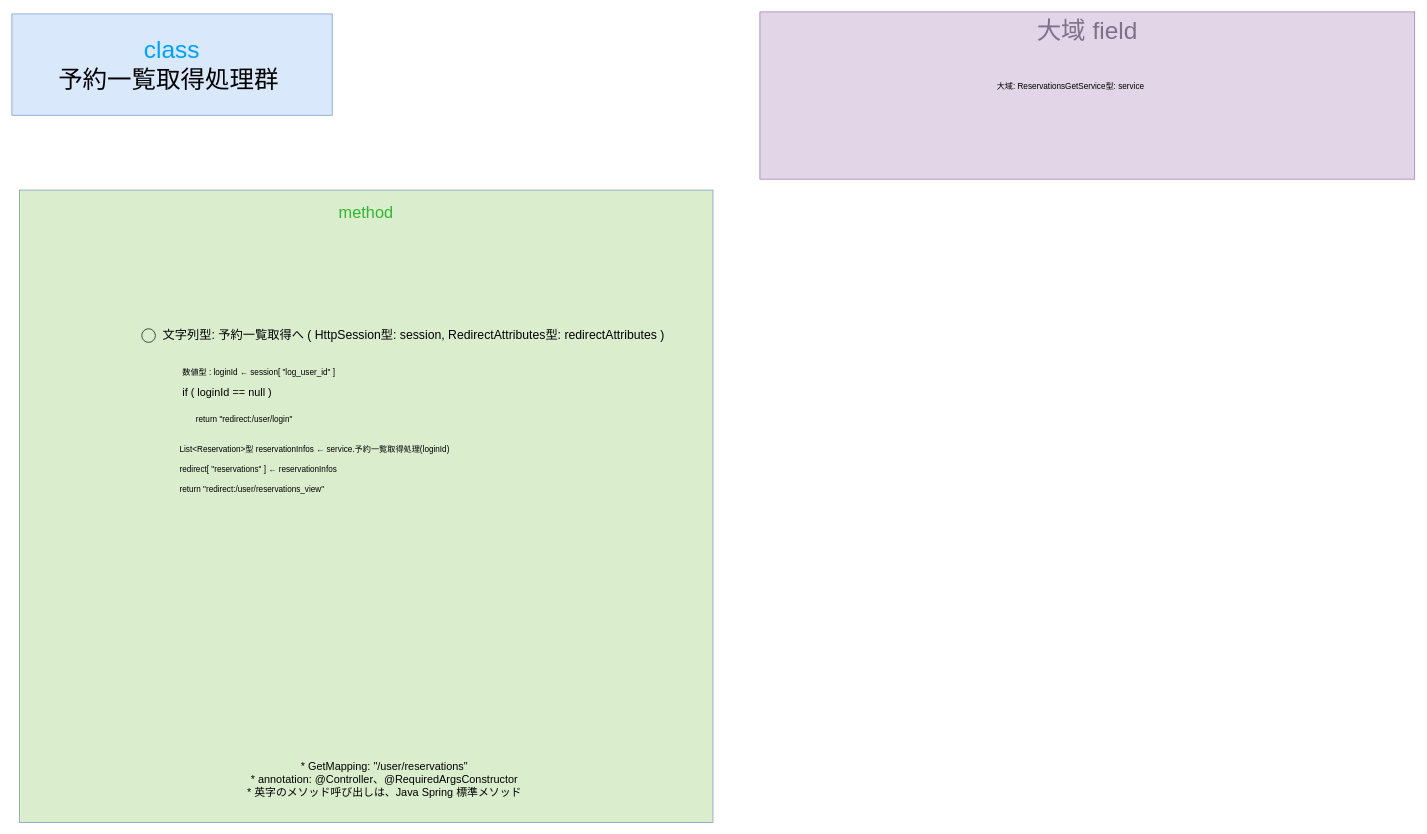
The draw.io diagram gijigengo/controller/user/meeting_reservation_sys controller_user ReservationsGetControllerクラス 疑似言語.drawio in tro319/meeting_reservation_system, before the edit. Source tidied: cells renumbered, new cells numbered last; positions are measured from the earlier drawing's top-left corner, leaving out a move shared by most shapes. Both pictures are drawn from the tidied source at 68%, with x=0, y=0 at pixel (12, 12).
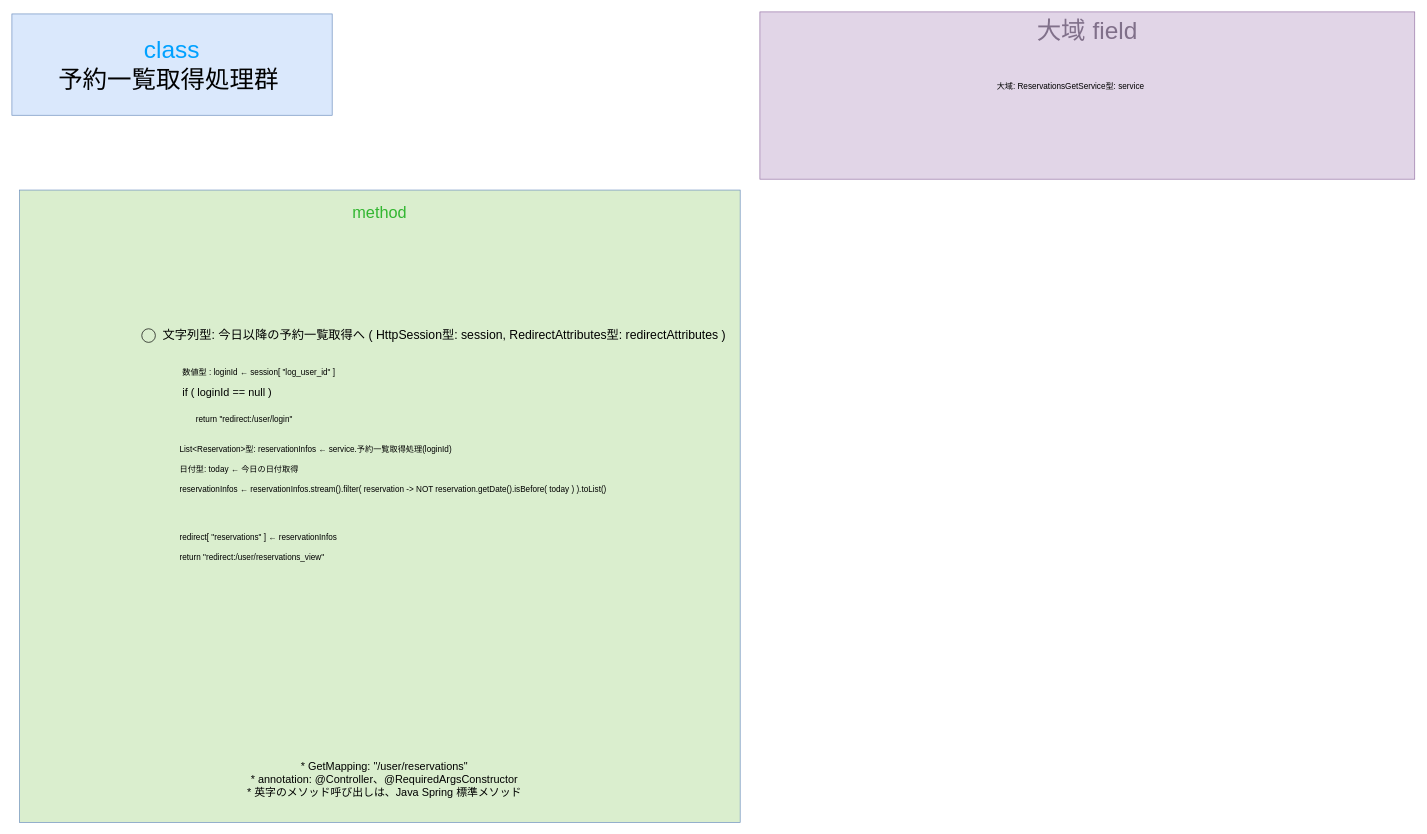
The same page after the edit.

The edit, as a diff of the source:
```diff
@@
 <mxGraphModel>
   <root>
     <mxCell id="0" />
     <mxCell id="1" parent="0" />
     <mxCell id="2" value="&lt;div&gt;&lt;span style=&quot;color: rgb(0, 161, 255);&quot;&gt;class&lt;/span&gt;&lt;/div&gt;&lt;div&gt;予約一覧取得処理群&amp;nbsp;&lt;/div&gt;" style="text;html=1;whiteSpace=wrap;strokeColor=#6c8ebf;fillColor=#dae8fc;align=center;verticalAlign=middle;rounded=0;fontSize=36;" parent="1" vertex="1">
       <mxGeometry y="3" width="471" height="149" as="geometry" />
     </mxCell>
     <mxCell id="3" value="&lt;div&gt;&lt;font style=&quot;font-size: 24px;&quot;&gt;&lt;span style=&quot;color: rgb(50, 182, 49);&quot;&gt;&lt;span style=&quot;&quot;&gt;&lt;span style=&quot;&quot;&gt;&lt;span&gt;method&lt;/span&gt;&lt;/span&gt;&lt;/span&gt;&lt;/span&gt;&lt;/font&gt;&lt;/div&gt;&lt;div&gt;&lt;font style=&quot;font-size: 24px;&quot;&gt;&lt;span style=&quot;color: rgba(0, 0, 0, 0);&quot;&gt;&lt;span style=&quot;color: rgba(0, 0, 0, 0);&quot;&gt;&lt;span style=&quot;&quot;&gt;&lt;span style=&quot;&quot;&gt;&lt;br&gt;&lt;/span&gt;&lt;/span&gt;&lt;/span&gt;&lt;/span&gt;&lt;/font&gt;&lt;/div&gt;" style="text;html=1;whiteSpace=wrap;strokeColor=#6c8ebf;fillColor=light-dark(#daeece, #214210);align=center;verticalAlign=top;rounded=0;fontSize=36;fontColor=#00A1FF;" parent="1" vertex="1">
-      <mxGeometry x="11" y="262" width="1020" height="930" as="geometry" />
+      <mxGeometry x="11" y="262" width="1060" height="930" as="geometry" />
     </mxCell>
     <mxCell id="4" value="&lt;div&gt;&lt;span style=&quot;color: rgb(0, 0, 0);&quot;&gt;&lt;font&gt;数値型 : loginId ←&amp;nbsp;&lt;/font&gt;&lt;/span&gt;&lt;span style=&quot;color: rgb(0, 0, 0);&quot;&gt;&lt;font&gt;session[ &quot;log_user_id&quot; ]&lt;/font&gt;&lt;/span&gt;&lt;/div&gt;" style="text;html=1;whiteSpace=wrap;strokeColor=none;fillColor=none;align=left;verticalAlign=middle;rounded=0;fontSize=12;" parent="1" vertex="1">
       <mxGeometry x="249" y="515" width="590" height="30" as="geometry" />
     </mxCell>
     <mxCell id="5" value="&lt;div&gt;&lt;span&gt;&lt;span&gt;&lt;span style=&quot;color: rgb(0, 0, 0);&quot;&gt;&lt;font style=&quot;font-size: 16px;&quot;&gt;* GetMapping: &quot;/user/reservations&quot;&lt;/font&gt;&lt;/span&gt;&lt;/span&gt;&lt;/span&gt;&lt;/div&gt;&lt;div&gt;&lt;span&gt;&lt;span&gt;&lt;span style=&quot;color: rgb(0, 0, 0);&quot;&gt;&lt;font style=&quot;font-size: 16px;&quot;&gt;* annotation: @Controller、@RequiredArgsConstructor&lt;/font&gt;&lt;/span&gt;&lt;/span&gt;&lt;/span&gt;&lt;/div&gt;&lt;div&gt;&lt;span&gt;&lt;span&gt;&lt;span style=&quot;color: rgb(0, 0, 0);&quot;&gt;&lt;font style=&quot;font-size: 16px;&quot;&gt;* 英字のメソッド呼び出しは、Java Spring 標準メソッド&lt;/font&gt;&lt;/span&gt;&lt;/span&gt;&lt;/span&gt;&lt;/div&gt;" style="text;html=1;whiteSpace=wrap;strokeColor=none;fillColor=none;align=center;verticalAlign=middle;rounded=0;" parent="1" vertex="1">
       <mxGeometry x="253" y="1114" width="590" height="30" as="geometry" />
     </mxCell>
     <mxCell id="6" value="&lt;div align=&quot;left&quot;&gt;&lt;span style=&quot;color: rgb(0, 0, 0);&quot;&gt;&lt;font style=&quot;font-size: 16px;&quot;&gt;if ( loginId == null )&amp;nbsp;&lt;/font&gt;&lt;/span&gt;&lt;/div&gt;" style="text;html=1;whiteSpace=wrap;strokeColor=none;fillColor=none;align=left;verticalAlign=middle;rounded=0;" parent="1" vertex="1">
       <mxGeometry x="249" y="545" width="590" height="30" as="geometry" />
     </mxCell>
     <mxCell id="7" value="return &quot;redirect:/user/login&quot;" style="text;html=1;whiteSpace=wrap;strokeColor=none;fillColor=none;align=left;verticalAlign=middle;rounded=0;" parent="1" vertex="1">
       <mxGeometry x="269" y="585" width="590" height="30" as="geometry" />
     </mxCell>
     <mxCell id="8" value="&lt;div align=&quot;left&quot;&gt;&lt;span style=&quot;color: rgb(0, 0, 0);&quot;&gt;&lt;font&gt;redirect[ &quot;reservations&quot; ] ← reservationInfos&lt;/font&gt;&lt;/span&gt;&lt;/div&gt;" style="text;html=1;whiteSpace=wrap;strokeColor=none;fillColor=none;align=left;verticalAlign=middle;rounded=0;fontSize=12;" parent="1" vertex="1">
-      <mxGeometry x="245" y="658" width="590" height="30" as="geometry" />
+      <mxGeometry x="245" y="758" width="590" height="30" as="geometry" />
     </mxCell>
     <mxCell id="9" value="&lt;font&gt;大域 field&lt;/font&gt;" style="rounded=0;whiteSpace=wrap;html=1;fillColor=#e1d5e7;strokeColor=#9673a6;verticalAlign=top;fontSize=36;fontColor=#80708A;" parent="1" vertex="1">
       <mxGeometry x="1100" width="963" height="246" as="geometry" />
     </mxCell>
     <mxCell id="10" value="&lt;font&gt;&lt;span&gt;&lt;span&gt;&lt;span style=&quot;color: rgb(0, 0, 0);&quot;&gt;&lt;font&gt;大域: ReservationsGetService型: service&lt;/font&gt;&lt;/span&gt;&lt;/span&gt;&lt;/span&gt;&lt;/font&gt;" style="whiteSpace=wrap;html=1;fillColor=none;labelBorderColor=none;strokeColor=none;fontSize=12;" parent="1" vertex="1">
       <mxGeometry x="1249.5" y="95" width="614" height="30" as="geometry" />
     </mxCell>
     <mxCell id="11" value="&amp;nbsp; &amp;nbsp; &amp;nbsp; &amp;nbsp; &amp;nbsp; &amp;nbsp; &amp;nbsp;" style="ellipse;whiteSpace=wrap;html=1;fillColor=none;" parent="1" vertex="1">
       <mxGeometry x="191" y="466" width="20" height="20" as="geometry" />
     </mxCell>
-    <mxCell id="12" value="&lt;font style=&quot;font-size: 18px;&quot;&gt;&lt;span&gt;&lt;span&gt;&lt;span style=&quot;color: rgb(0, 0, 0);&quot;&gt;&lt;font&gt;文字列型: 予約一覧取得へ ( HttpSession型: session, RedirectAttributes型: redirectAttributes )&lt;/font&gt;&lt;/span&gt;&lt;/span&gt;&lt;/span&gt;&lt;/font&gt;" style="whiteSpace=wrap;html=1;fillColor=none;labelBorderColor=none;strokeColor=none;" parent="1" vertex="1">
-      <mxGeometry x="115.9" y="461" width="950.3" height="30" as="geometry" />
+    <mxCell id="12" value="&lt;font style=&quot;font-size: 18px;&quot;&gt;&lt;span&gt;&lt;span&gt;&lt;span style=&quot;color: rgb(0, 0, 0);&quot;&gt;&lt;font&gt;文字列型: 今日以降の予約一覧取得へ ( HttpSession型: session, RedirectAttributes型: redirectAttributes )&lt;/font&gt;&lt;/span&gt;&lt;/span&gt;&lt;/span&gt;&lt;/font&gt;" style="whiteSpace=wrap;html=1;fillColor=none;labelBorderColor=none;strokeColor=none;" parent="1" vertex="1">
+      <mxGeometry x="161" y="461" width="950.3" height="30" as="geometry" />
     </mxCell>
     <mxCell id="13" value="return &quot;redirect:/user/reservations_view&quot;" style="text;html=1;whiteSpace=wrap;strokeColor=none;fillColor=none;align=left;verticalAlign=middle;rounded=0;" parent="1" vertex="1">
-      <mxGeometry x="245" y="688" width="590" height="30" as="geometry" />
+      <mxGeometry x="245" y="788" width="590" height="30" as="geometry" />
     </mxCell>
-    <mxCell id="14" value="List&amp;lt;Reservation&amp;gt;型 reservationInfos ← service.予約一覧取得処理(loginId)" style="text;html=1;whiteSpace=wrap;strokeColor=none;fillColor=none;align=left;verticalAlign=middle;rounded=0;" parent="1" vertex="1">
+    <mxCell id="14" value="List&amp;lt;Reservation&amp;gt;型: reservationInfos ← service.予約一覧取得処理(loginId)" style="text;html=1;whiteSpace=wrap;strokeColor=none;fillColor=none;align=left;verticalAlign=middle;rounded=0;" parent="1" vertex="1">
       <mxGeometry x="245" y="628" width="590" height="30" as="geometry" />
     </mxCell>
+    <mxCell id="15" value="日付型: today ← 今日の日付取得" style="text;html=1;whiteSpace=wrap;strokeColor=none;fillColor=none;align=left;verticalAlign=middle;rounded=0;" parent="1" vertex="1">
+      <mxGeometry x="245" y="658" width="590" height="30" as="geometry" />
+    </mxCell>
+    <mxCell id="16" value="reservationInfos ← reservationInfos.stream().filter( reservation -&amp;gt; NOT reservation.getDate().isBefore( today ) ).toList()" style="text;html=1;whiteSpace=wrap;strokeColor=none;fillColor=none;align=left;verticalAlign=middle;rounded=0;" parent="1" vertex="1">
+      <mxGeometry x="245" y="688" width="706" height="30" as="geometry" />
+    </mxCell>
   </root>
 </mxGraphModel>
```
